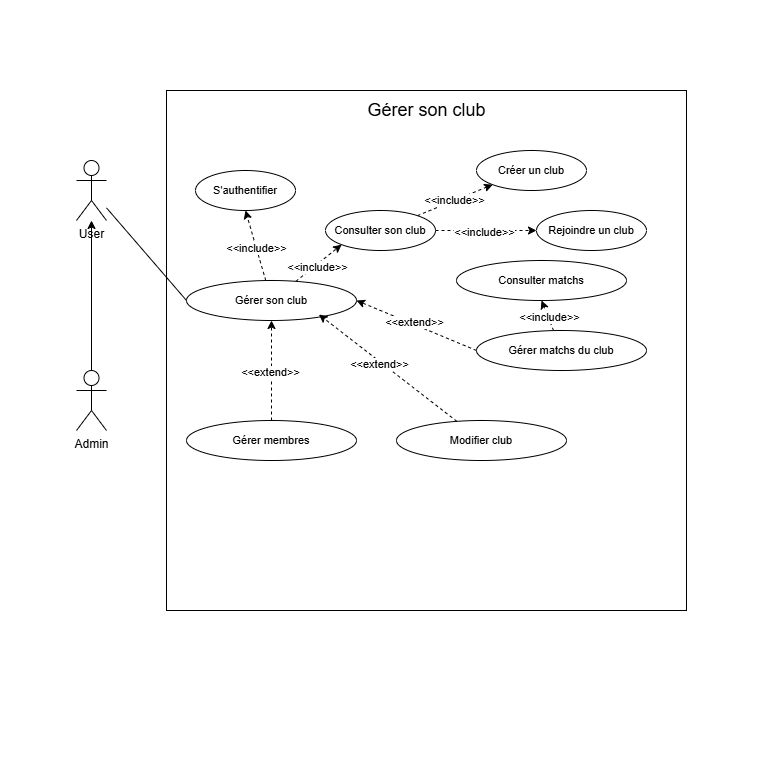
Mathistrg/Styx keeps this draw.io diagram as Diagram use case Gérer son club.drawio.png. Above is the earlier version. Source tidied: cells renumbered, new cells last; positions are measured from the earlier drawing's top-left corner, leaving out a move shared by most shapes.
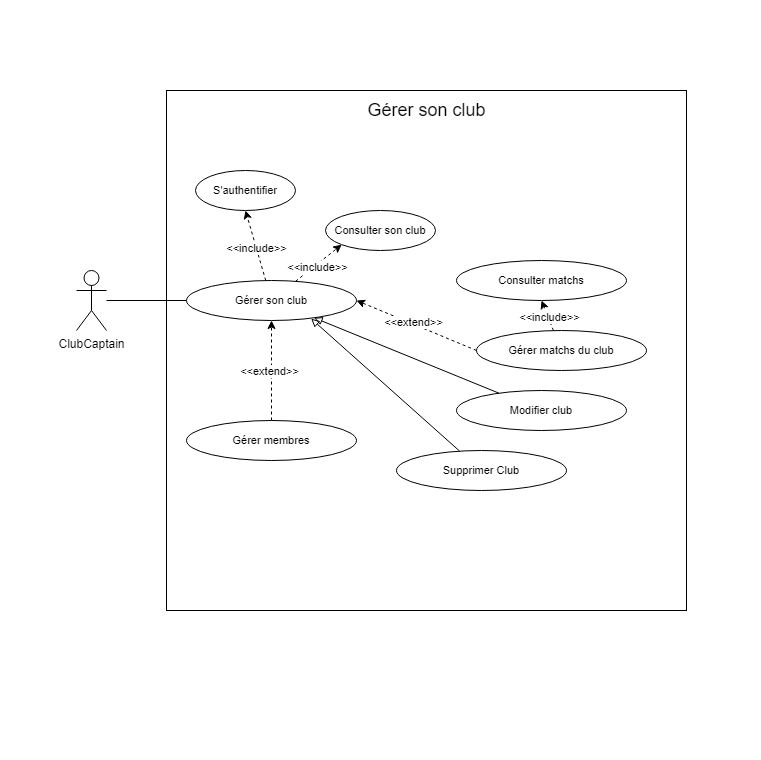
After the commit.

Commit message:
Mettre à jour Diagram use case Gérer son club.drawio.png

Diff of the diagram source:
```diff
@@ -11,14 +11,11 @@
     <mxCell id="4" value="&lt;font style=&quot;font-size: 18px;&quot;&gt;Gérer son club&lt;/font&gt;" style="text;html=1;align=center;verticalAlign=middle;strokeColor=none;fillColor=none;" parent="1" vertex="1">
       <mxGeometry x="356" y="90" width="140" height="40" as="geometry" />
     </mxCell>
-    <mxCell id="5" style="rounded=0;jettySize=auto;html=1;endArrow=none;endFill=0;entryX=0.5;entryY=0;entryDx=0;entryDy=0;entryPerimeter=0;startArrow=classic;startFill=1;" parent="1" edge="1" source="7" target="15">
-      <mxGeometry relative="1" as="geometry" />
-    </mxCell>
     <mxCell id="6" style="edgeStyle=none;shape=connector;rounded=0;jettySize=auto;html=1;entryX=0;entryY=0.5;entryDx=0;entryDy=0;strokeColor=default;align=center;verticalAlign=middle;fontFamily=Helvetica;fontSize=11;fontColor=default;labelBackgroundColor=default;endArrow=none;endFill=0;" parent="1" edge="1" source="7" target="14">
       <mxGeometry relative="1" as="geometry" />
     </mxCell>
-    <mxCell id="7" value="User" style="shape=umlActor;verticalLabelPosition=bottom;verticalAlign=top;html=1;outlineConnect=0;" parent="1" vertex="1">
-      <mxGeometry x="76" y="160" width="30" height="60" as="geometry" />
+    <mxCell id="7" value="ClubCaptain" style="shape=umlActor;verticalLabelPosition=bottom;verticalAlign=top;html=1;outlineConnect=0;" parent="1" vertex="1">
+      <mxGeometry x="76" y="270" width="30" height="60" as="geometry" />
     </mxCell>
     <mxCell id="8" style="edgeStyle=none;shape=connector;rounded=0;jettySize=auto;html=1;entryX=0.5;entryY=1;entryDx=0;entryDy=0;dashed=1;strokeColor=default;align=center;verticalAlign=middle;fontFamily=Helvetica;fontSize=11;fontColor=default;labelBackgroundColor=default;endArrow=classic;endFill=1;" parent="1" edge="1" source="14" target="16">
       <mxGeometry relative="1" as="geometry" />
@@ -41,9 +38,6 @@
     <mxCell id="14" value="Gérer son club" style="ellipse;whiteSpace=wrap;html=1;fontFamily=Helvetica;fontSize=11;fontColor=default;labelBackgroundColor=default;" parent="1" vertex="1">
       <mxGeometry x="186" y="280" width="170" height="40" as="geometry" />
     </mxCell>
-    <mxCell id="15" value="Admin" style="shape=umlActor;verticalLabelPosition=bottom;verticalAlign=top;html=1;outlineConnect=0;" parent="1" vertex="1">
-      <mxGeometry x="76" y="370" width="30" height="60" as="geometry" />
-    </mxCell>
     <mxCell id="16" value="S'authentifier" style="ellipse;whiteSpace=wrap;html=1;fontFamily=Helvetica;fontSize=11;fontColor=default;labelBackgroundColor=default;" parent="1" vertex="1">
       <mxGeometry x="195" y="170" width="100" height="40" as="geometry" />
     </mxCell>
@@ -56,29 +50,9 @@
     <mxCell id="19" value="Gérer matchs du club" style="ellipse;whiteSpace=wrap;html=1;fontFamily=Helvetica;fontSize=11;fontColor=default;labelBackgroundColor=default;" parent="1" vertex="1">
       <mxGeometry x="476" y="330" width="170" height="40" as="geometry" />
     </mxCell>
-    <mxCell id="20" style="edgeStyle=none;shape=connector;rounded=0;jettySize=auto;html=1;entryX=0;entryY=1;entryDx=0;entryDy=0;dashed=1;strokeColor=default;align=center;verticalAlign=middle;fontFamily=Helvetica;fontSize=11;fontColor=default;labelBackgroundColor=default;endArrow=classic;" parent="1" edge="1" source="22" target="23">
-      <mxGeometry relative="1" as="geometry" />
-    </mxCell>
-    <mxCell id="21" value="&amp;lt;&amp;lt;include&amp;gt;&amp;gt;" style="edgeLabel;html=1;align=center;verticalAlign=middle;fontFamily=Helvetica;fontSize=11;fontColor=default;labelBackgroundColor=default;" parent="20" vertex="1">
-      <mxGeometry x="-0.04" y="1" relative="1" as="geometry">
-        <mxPoint x="1" as="offset" />
-      </mxGeometry>
-    </mxCell>
     <mxCell id="22" value="Consulter son club" style="ellipse;whiteSpace=wrap;html=1;fontFamily=Helvetica;fontSize=11;fontColor=default;labelBackgroundColor=default;" parent="1" vertex="1">
       <mxGeometry x="325" y="210" width="110" height="40" as="geometry" />
     </mxCell>
-    <mxCell id="23" value="Créer un club" style="ellipse;whiteSpace=wrap;html=1;fontFamily=Helvetica;fontSize=11;fontColor=default;labelBackgroundColor=default;" parent="1" vertex="1">
-      <mxGeometry x="476" y="150" width="110" height="40" as="geometry" />
-    </mxCell>
-    <mxCell id="24" value="Rejoindre un club" style="ellipse;whiteSpace=wrap;html=1;fontFamily=Helvetica;fontSize=11;fontColor=default;labelBackgroundColor=default;" parent="1" vertex="1">
-      <mxGeometry x="536" y="210" width="110" height="40" as="geometry" />
-    </mxCell>
-    <mxCell id="25" style="edgeStyle=none;shape=connector;rounded=0;jettySize=auto;html=1;entryX=0;entryY=0.5;entryDx=0;entryDy=0;dashed=1;strokeColor=default;align=center;verticalAlign=middle;fontFamily=Helvetica;fontSize=11;fontColor=default;labelBackgroundColor=default;endArrow=classic;" parent="1" edge="1" source="22" target="24">
-      <mxGeometry relative="1" as="geometry" />
-    </mxCell>
-    <mxCell id="26" value="&amp;lt;&amp;lt;include&amp;gt;&amp;gt;" style="edgeLabel;html=1;align=center;verticalAlign=middle;fontFamily=Helvetica;fontSize=11;fontColor=default;labelBackgroundColor=default;" parent="25" vertex="1">
-      <mxGeometry x="-0.05" y="-1" relative="1" as="geometry" />
-    </mxCell>
     <mxCell id="27" value="Consulter matchs" style="ellipse;whiteSpace=wrap;html=1;fontFamily=Helvetica;fontSize=11;fontColor=default;labelBackgroundColor=default;" parent="1" vertex="1">
       <mxGeometry x="456" y="260" width="170" height="40" as="geometry" />
     </mxCell>
@@ -92,13 +66,16 @@
       <mxGeometry x="186" y="420" width="170" height="40" as="geometry" />
     </mxCell>
     <mxCell id="31" value="Modifier club" style="ellipse;whiteSpace=wrap;html=1;fontFamily=Helvetica;fontSize=11;fontColor=default;labelBackgroundColor=default;" parent="1" vertex="1">
-      <mxGeometry x="396" y="420" width="170" height="40" as="geometry" />
+      <mxGeometry x="456" y="390" width="170" height="40" as="geometry" />
     </mxCell>
+    <mxCell id="34" style="edgeStyle=none;shape=connector;rounded=0;jettySize=auto;html=1;strokeColor=default;align=center;verticalAlign=middle;fontFamily=Helvetica;fontSize=11;fontColor=default;labelBackgroundColor=default;endArrow=block;endFill=0;entryX=0.733;entryY=0.954;entryDx=0;entryDy=0;entryPerimeter=0;" parent="1" edge="1" source="35" target="14">
+      <mxGeometry relative="1" as="geometry" />
+    </mxCell>
+    <mxCell id="35" value="Supprimer Club" style="ellipse;whiteSpace=wrap;html=1;fontFamily=Helvetica;fontSize=11;fontColor=default;labelBackgroundColor=default;" parent="1" vertex="1">
+      <mxGeometry x="396" y="450" width="170" height="40" as="geometry" />
+    </mxCell>
-    <mxCell id="32" style="edgeStyle=none;shape=connector;rounded=0;jettySize=auto;html=1;entryX=0.779;entryY=0.85;entryDx=0;entryDy=0;entryPerimeter=0;dashed=1;strokeColor=default;align=center;verticalAlign=middle;fontFamily=Helvetica;fontSize=11;fontColor=default;labelBackgroundColor=default;endArrow=classic;" parent="1" edge="1" source="31" target="14">
+    <mxCell id="32" style="edgeStyle=none;shape=connector;rounded=0;jettySize=auto;html=1;strokeColor=default;align=center;verticalAlign=middle;fontFamily=Helvetica;fontSize=11;fontColor=default;labelBackgroundColor=default;endArrow=block;endFill=0;" parent="1" edge="1" source="31" target="14">
       <mxGeometry relative="1" as="geometry" />
     </mxCell>
-    <mxCell id="33" value="&amp;lt;&amp;lt;extend&amp;gt;&amp;gt;" style="edgeLabel;html=1;align=center;verticalAlign=middle;fontFamily=Helvetica;fontSize=11;fontColor=default;labelBackgroundColor=default;" parent="32" vertex="1">
-      <mxGeometry x="0.11" y="2" relative="1" as="geometry" />
-    </mxCell>
   </root>
 </mxGraphModel>
```
